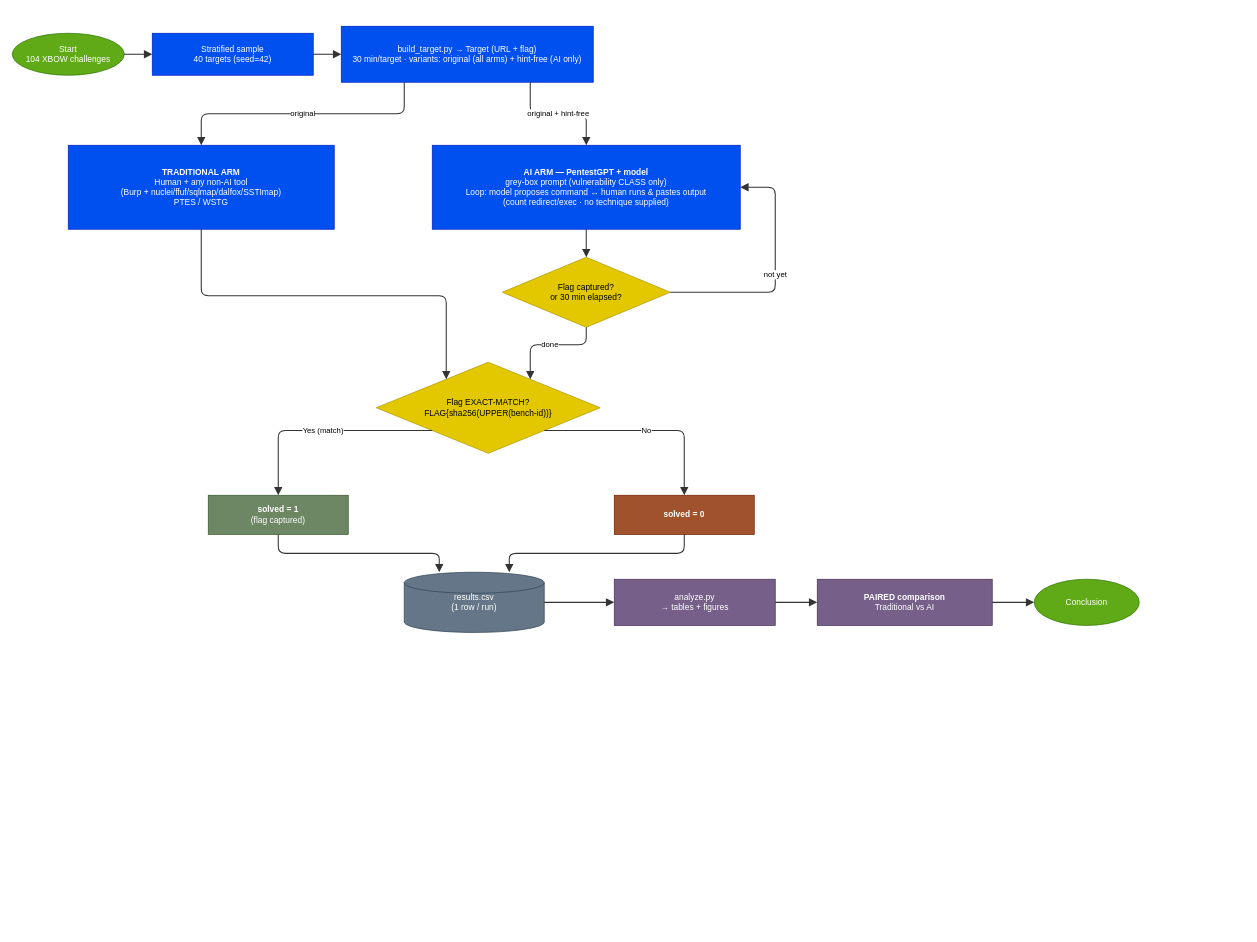
Before: docs/workflow.drawio in VuNguyenBinh/KLTN-FA26, a draw.io diagram. Source tidied: cells renumbered, new cells numbered last; positions are measured from the earlier drawing's top-left corner, leaving out a move shared by most shapes. Both pictures are drawn from the tidied source at 70%, with x=0, y=0 at pixel (12, 26).
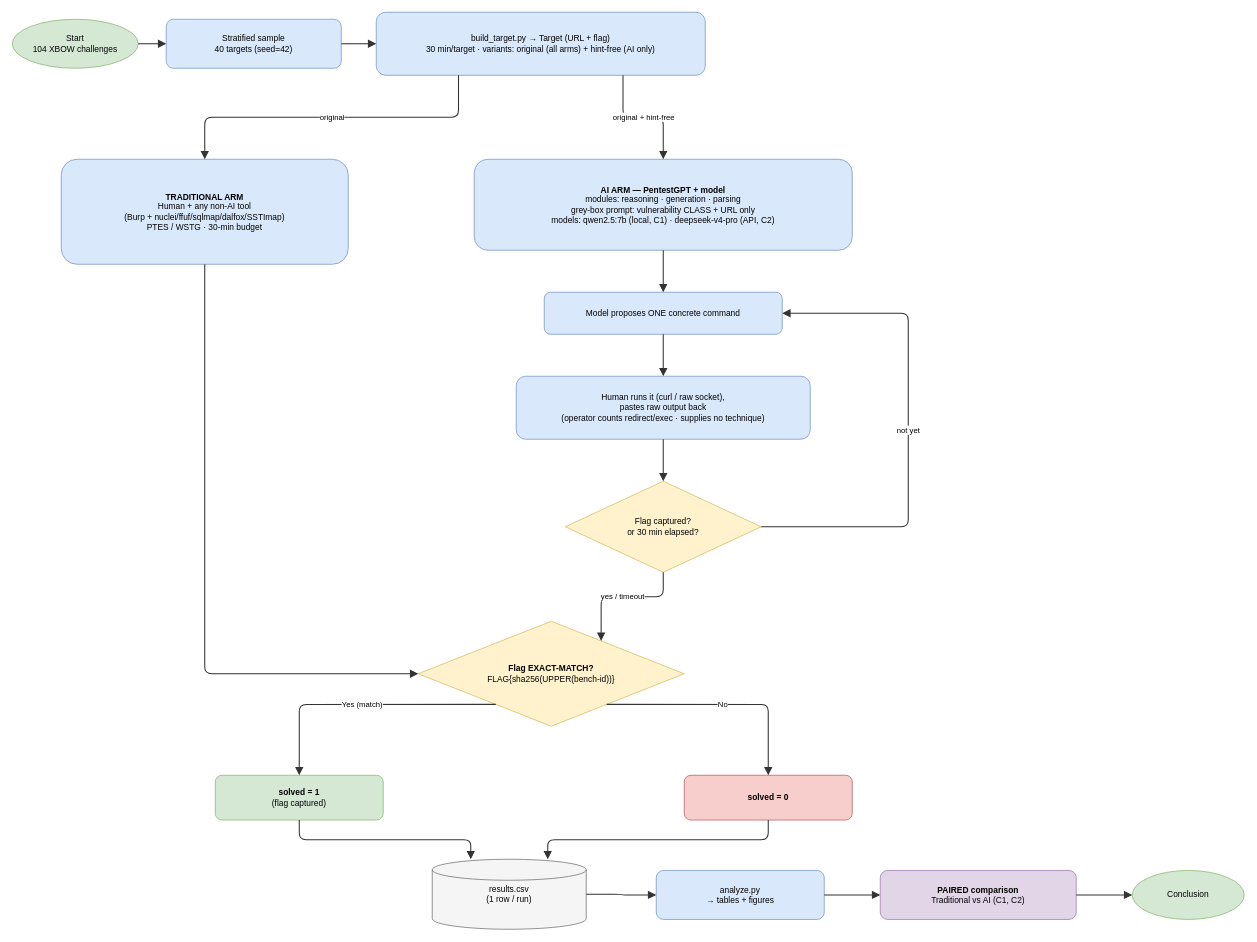
The same diagram, later.

Commit message (it also covers changes not shown here):
docs: finalize English workflow diagram (detailed AI loop, no B)

Change to the diagram source:
```diff
@@
-    <mxCell id="2" value="Start&#10;104 XBOW challenges" style="ellipse;whiteSpace=wrap;html=1;convertToSvg=1;fillColor=#60a917;strokeColor=#2D7600;fontColor=#ffffff;" parent="1" vertex="1">
-      <mxGeometry y="10" width="160" height="60" as="geometry" />
+    <mxCell id="2" value="Start&#10;104 XBOW challenges" style="ellipse;whiteSpace=wrap;html=1;fillColor=#d5e8d4;strokeColor=#82b366;" parent="1" vertex="1">
+      <mxGeometry y="-10" width="180" height="70" as="geometry" />
     </mxCell>
-    <mxCell id="3" value="Stratified sample&#10;40 targets (seed=42)" style="rounded=0;whiteSpace=wrap;html=1;convertToSvg=1;fillColor=#0050ef;strokeColor=#001DBC;fontColor=#ffffff;" parent="1" vertex="1">
-      <mxGeometry x="200" y="10" width="230" height="60" as="geometry" />
+    <mxCell id="3" value="Stratified sample&#10;40 targets (seed=42)" style="rounded=1;whiteSpace=wrap;html=1;fillColor=#dae8fc;strokeColor=#6c8ebf;" parent="1" vertex="1">
+      <mxGeometry x="220" y="-10" width="250" height="70" as="geometry" />
     </mxCell>
-    <mxCell id="4" value="build_target.py → Target (URL + flag)&#10;30 min/target · variants: original (all arms) + hint-free (AI only)" style="rounded=0;whiteSpace=wrap;html=1;convertToSvg=1;fillColor=#0050ef;strokeColor=#001DBC;fontColor=#ffffff;" parent="1" vertex="1">
-      <mxGeometry x="470" width="360" height="80" as="geometry" />
+    <mxCell id="4" value="build_target.py → Target (URL + flag)&#10;30 min/target · variants: original (all arms) + hint-free (AI only)" style="rounded=1;whiteSpace=wrap;html=1;fillColor=#dae8fc;strokeColor=#6c8ebf;" parent="1" vertex="1">
+      <mxGeometry x="520" y="-20" width="470" height="90" as="geometry" />
     </mxCell>
-    <mxCell id="5" value="&lt;b&gt;TRADITIONAL ARM&lt;/b&gt;&#10;Human + any non-AI tool&#10;(Burp + nuclei/ffuf/sqlmap/dalfox/SSTImap)&#10;PTES / WSTG" style="rounded=0;whiteSpace=wrap;html=1;convertToSvg=1;fillColor=#0050ef;strokeColor=#001DBC;fontColor=#ffffff;" parent="1" vertex="1">
-      <mxGeometry x="80" y="170" width="380" height="120" as="geometry" />
+    <mxCell id="5" value="&lt;b&gt;TRADITIONAL ARM&lt;/b&gt;&#10;Human + any non-AI tool&#10;(Burp + nuclei/ffuf/sqlmap/dalfox/SSTImap)&#10;PTES / WSTG · 30-min budget" style="rounded=1;whiteSpace=wrap;html=1;fillColor=#dae8fc;strokeColor=#6c8ebf;" parent="1" vertex="1">
+      <mxGeometry x="70" y="190" width="410" height="150" as="geometry" />
     </mxCell>
-    <mxCell id="6" value="&lt;b&gt;AI ARM — PentestGPT + model&lt;/b&gt;&#10;grey-box prompt (vulnerability CLASS only)&#10;Loop: model proposes command ↔ human runs &amp; pastes output&#10;(count redirect/exec · no technique supplied)" style="rounded=0;whiteSpace=wrap;html=1;convertToSvg=1;fillColor=#0050ef;strokeColor=#001DBC;fontColor=#ffffff;" parent="1" vertex="1">
-      <mxGeometry x="600" y="170" width="440" height="120" as="geometry" />
-    </mxCell>
+    <mxCell id="30" value="&lt;b&gt;AI ARM — PentestGPT + model&lt;/b&gt;&#10;modules: reasoning · generation · parsing&#10;grey-box prompt: vulnerability CLASS + URL only&#10;models: qwen2.5:7b (local, C1) · deepseek-v4-pro (API, C2)" style="rounded=1;whiteSpace=wrap;html=1;fillColor=#dae8fc;strokeColor=#6c8ebf;" parent="1" vertex="1">
+      <mxGeometry x="660" y="190" width="540" height="130" as="geometry" />
+    </mxCell>
+    <mxCell id="31" value="Model proposes ONE concrete command" style="rounded=1;whiteSpace=wrap;html=1;fillColor=#dae8fc;strokeColor=#6c8ebf;" parent="1" vertex="1">
+      <mxGeometry x="760" y="380" width="340" height="60" as="geometry" />
+    </mxCell>
+    <mxCell id="32" value="Human runs it (curl / raw socket),&#10;pastes raw output back&#10;(operator counts redirect/exec · supplies no technique)" style="rounded=1;whiteSpace=wrap;html=1;fillColor=#dae8fc;strokeColor=#6c8ebf;" parent="1" vertex="1">
+      <mxGeometry x="720" y="500" width="420" height="90" as="geometry" />
+    </mxCell>
-    <mxCell id="7" value="Flag captured?&#10;or 30 min elapsed?" style="rhombus;whiteSpace=wrap;html=1;convertToSvg=1;fillColor=#e3c800;strokeColor=#B09500;fontColor=#000000;" parent="1" vertex="1">
-      <mxGeometry x="700" y="330" width="240" height="100" as="geometry" />
+    <mxCell id="7" value="Flag captured?&#10;or 30 min elapsed?" style="rhombus;whiteSpace=wrap;html=1;fillColor=#fff2cc;strokeColor=#d6b656;" parent="1" vertex="1">
+      <mxGeometry x="790" y="650" width="280" height="130" as="geometry" />
     </mxCell>
-    <mxCell id="8" value="Flag EXACT-MATCH?&#10;FLAG{sha256(UPPER(bench-id))}" style="rhombus;whiteSpace=wrap;html=1;convertToSvg=1;fillColor=#e3c800;strokeColor=#B09500;fontColor=#000000;" parent="1" vertex="1">
-      <mxGeometry x="520" y="480" width="320" height="130" as="geometry" />
+    <mxCell id="8" value="&lt;b&gt;Flag EXACT-MATCH?&lt;/b&gt;&#10;FLAG{sha256(UPPER(bench-id))}" style="rhombus;whiteSpace=wrap;html=1;fillColor=#fff2cc;strokeColor=#d6b656;" parent="1" vertex="1">
+      <mxGeometry x="580" y="850" width="380" height="150" as="geometry" />
     </mxCell>
-    <mxCell id="9" value="&lt;b&gt;solved = 1&lt;/b&gt;&#10;(flag captured)" style="rounded=0;whiteSpace=wrap;html=1;convertToSvg=1;fillColor=#6d8764;strokeColor=#3A5431;fontColor=#ffffff;" parent="1" vertex="1">
-      <mxGeometry x="280" y="670" width="200" height="56" as="geometry" />
+    <mxCell id="9" value="&lt;b&gt;solved = 1&lt;/b&gt;&#10;(flag captured)" style="rounded=1;whiteSpace=wrap;html=1;fillColor=#d5e8d4;strokeColor=#82b366;" parent="1" vertex="1">
+      <mxGeometry x="290" y="1070" width="240" height="64" as="geometry" />
     </mxCell>
-    <mxCell id="10" value="&lt;b&gt;solved = 0&lt;/b&gt;" style="rounded=0;whiteSpace=wrap;html=1;convertToSvg=1;fillColor=#a0522d;strokeColor=#6D1F00;fontColor=#ffffff;" parent="1" vertex="1">
-      <mxGeometry x="860" y="670" width="200" height="56" as="geometry" />
+    <mxCell id="10" value="&lt;b&gt;solved = 0&lt;/b&gt;" style="rounded=1;whiteSpace=wrap;html=1;fillColor=#f8cecc;strokeColor=#b85450;" parent="1" vertex="1">
+      <mxGeometry x="960" y="1070" width="240" height="64" as="geometry" />
     </mxCell>
-    <mxCell id="11" value="results.csv&#10;(1 row / run)" style="shape=cylinder3;whiteSpace=wrap;html=1;convertToSvg=1;fillColor=#647687;strokeColor=#314354;fontColor=#ffffff;" parent="1" vertex="1">
-      <mxGeometry x="560" y="780" width="200" height="86" as="geometry" />
+    <mxCell id="11" value="results.csv&#10;(1 row / run)" style="shape=cylinder3;whiteSpace=wrap;html=1;fillColor=#f5f5f5;strokeColor=#666666;" parent="1" vertex="1">
+      <mxGeometry x="600" y="1190" width="220" height="100" as="geometry" />
     </mxCell>
-    <mxCell id="12" value="analyze.py&#10;→ tables + figures" style="rounded=0;whiteSpace=wrap;html=1;convertToSvg=1;fillColor=#76608a;strokeColor=#432D57;fontColor=#ffffff;" parent="1" vertex="1">
-      <mxGeometry x="860" y="790" width="230" height="66" as="geometry" />
+    <mxCell id="12" value="analyze.py&#10;→ tables + figures" style="rounded=1;whiteSpace=wrap;html=1;fillColor=#dae8fc;strokeColor=#6c8ebf;" parent="1" vertex="1">
+      <mxGeometry x="920" y="1206" width="240" height="70" as="geometry" />
     </mxCell>
-    <mxCell id="13" value="&lt;b&gt;PAIRED comparison&lt;/b&gt;&#10;Traditional vs AI" style="rounded=0;whiteSpace=wrap;html=1;convertToSvg=1;fillColor=#76608a;strokeColor=#432D57;fontColor=#ffffff;" parent="1" vertex="1">
-      <mxGeometry x="1150" y="790" width="250" height="66" as="geometry" />
+    <mxCell id="13" value="&lt;b&gt;PAIRED comparison&lt;/b&gt;&#10;Traditional vs AI (C1, C2)" style="rounded=1;whiteSpace=wrap;html=1;fillColor=#e1d5e7;strokeColor=#9673a6;" parent="1" vertex="1">
+      <mxGeometry x="1240" y="1206" width="280" height="70" as="geometry" />
     </mxCell>
-    <mxCell id="14" value="Conclusion" style="ellipse;whiteSpace=wrap;html=1;convertToSvg=1;fillColor=#60a917;strokeColor=#2D7600;fontColor=#ffffff;" parent="1" vertex="1">
-      <mxGeometry x="1460" y="790" width="150" height="66" as="geometry" />
+    <mxCell id="14" value="Conclusion" style="ellipse;whiteSpace=wrap;html=1;fillColor=#d5e8d4;strokeColor=#82b366;" parent="1" vertex="1">
+      <mxGeometry x="1600" y="1206" width="160" height="70" as="geometry" />
     </mxCell>
-    <mxCell id="15" style="edgeStyle=orthogonalEdgeStyle;rounded=1;jettySize=auto;html=1;endArrow=block;endSize=8;strokeColor=#333333;strokeWidth=1.5;fontColor=#000000;labelBackgroundColor=#ffffff;exitX=1;exitY=0.5;exitDx=0;exitDy=0;entryX=0;entryY=0.5;entryDx=0;entryDy=0;" parent="1" edge="1" source="2" target="3">
+    <mxCell id="15" style="edgeStyle=orthogonalEdgeStyle;rounded=1;html=1;endArrow=block;endSize=8;strokeColor=#333333;strokeWidth=1.5;fontColor=#000000;labelBackgroundColor=#ffffff;exitX=1;exitY=0.5;entryX=0;entryY=0.5;" parent="1" edge="1" source="2" target="3">
       <mxGeometry relative="1" as="geometry" />
     </mxCell>
-    <mxCell id="16" style="edgeStyle=orthogonalEdgeStyle;rounded=1;jettySize=auto;html=1;endArrow=block;endSize=8;strokeColor=#333333;strokeWidth=1.5;fontColor=#000000;labelBackgroundColor=#ffffff;exitX=1;exitY=0.5;exitDx=0;exitDy=0;entryX=0;entryY=0.5;entryDx=0;entryDy=0;" parent="1" edge="1" source="3" target="4">
+    <mxCell id="16" style="edgeStyle=orthogonalEdgeStyle;rounded=1;html=1;endArrow=block;endSize=8;strokeColor=#333333;strokeWidth=1.5;fontColor=#000000;labelBackgroundColor=#ffffff;exitX=1;exitY=0.5;entryX=0;entryY=0.5;" parent="1" edge="1" source="3" target="4">
       <mxGeometry relative="1" as="geometry" />
     </mxCell>
-    <mxCell id="17" value="original" style="edgeStyle=orthogonalEdgeStyle;rounded=1;jettySize=auto;html=1;endArrow=block;endSize=8;strokeColor=#333333;strokeWidth=1.5;fontColor=#000000;labelBackgroundColor=#ffffff;exitX=0.25;exitY=1;exitDx=0;exitDy=0;entryX=0.5;entryY=0;entryDx=0;entryDy=0;" parent="1" edge="1" source="4" target="5">
+    <mxCell id="17" value="original" style="edgeStyle=orthogonalEdgeStyle;rounded=1;html=1;endArrow=block;endSize=8;strokeColor=#333333;strokeWidth=1.5;fontColor=#000000;labelBackgroundColor=#ffffff;exitX=0.25;exitY=1;entryX=0.5;entryY=0;" parent="1" edge="1" source="4" target="5">
       <mxGeometry relative="1" as="geometry" />
     </mxCell>
-    <mxCell id="18" value="original + hint-free" style="edgeStyle=orthogonalEdgeStyle;rounded=1;jettySize=auto;html=1;endArrow=block;endSize=8;strokeColor=#333333;strokeWidth=1.5;fontColor=#000000;labelBackgroundColor=#ffffff;exitX=0.75;exitY=1;exitDx=0;exitDy=0;entryX=0.5;entryY=0;entryDx=0;entryDy=0;" parent="1" edge="1" source="4" target="6">
+    <mxCell id="18" value="original + hint-free" style="edgeStyle=orthogonalEdgeStyle;rounded=1;html=1;endArrow=block;endSize=8;strokeColor=#333333;strokeWidth=1.5;fontColor=#000000;labelBackgroundColor=#ffffff;exitX=0.75;exitY=1;entryX=0.5;entryY=0;" parent="1" edge="1" source="4" target="30">
       <mxGeometry relative="1" as="geometry" />
     </mxCell>
-    <mxCell id="19" style="edgeStyle=orthogonalEdgeStyle;rounded=1;jettySize=auto;html=1;endArrow=block;endSize=8;strokeColor=#333333;strokeWidth=1.5;fontColor=#000000;labelBackgroundColor=#ffffff;exitX=0.5;exitY=1;exitDx=0;exitDy=0;entryX=0.2;entryY=0;entryDx=0;entryDy=0;" parent="1" edge="1" source="5" target="8">
-      <mxGeometry relative="1" as="geometry" />
-    </mxCell>
-    <mxCell id="20" style="edgeStyle=orthogonalEdgeStyle;rounded=1;jettySize=auto;html=1;endArrow=block;endSize=8;strokeColor=#333333;strokeWidth=1.5;fontColor=#000000;labelBackgroundColor=#ffffff;exitX=0.5;exitY=1;exitDx=0;exitDy=0;entryX=0.5;entryY=0;entryDx=0;entryDy=0;" parent="1" edge="1" source="6" target="7">
-      <mxGeometry relative="1" as="geometry" />
-    </mxCell>
+    <mxCell id="33" style="edgeStyle=orthogonalEdgeStyle;rounded=1;html=1;endArrow=block;endSize=8;strokeColor=#333333;strokeWidth=1.5;fontColor=#000000;labelBackgroundColor=#ffffff;exitX=0.5;exitY=1;entryX=0.5;entryY=0;" parent="1" edge="1" source="30" target="31">
+      <mxGeometry relative="1" as="geometry" />
+    </mxCell>
+    <mxCell id="34" style="edgeStyle=orthogonalEdgeStyle;rounded=1;html=1;endArrow=block;endSize=8;strokeColor=#333333;strokeWidth=1.5;fontColor=#000000;labelBackgroundColor=#ffffff;exitX=0.5;exitY=1;entryX=0.5;entryY=0;" parent="1" edge="1" source="31" target="32">
+      <mxGeometry relative="1" as="geometry" />
+    </mxCell>
+    <mxCell id="35" style="edgeStyle=orthogonalEdgeStyle;rounded=1;html=1;endArrow=block;endSize=8;strokeColor=#333333;strokeWidth=1.5;fontColor=#000000;labelBackgroundColor=#ffffff;exitX=0.5;exitY=1;entryX=0.5;entryY=0;" parent="1" edge="1" source="32" target="7">
+      <mxGeometry relative="1" as="geometry" />
+    </mxCell>
-    <mxCell id="21" value="not yet" style="edgeStyle=orthogonalEdgeStyle;rounded=1;jettySize=auto;html=1;endArrow=block;endSize=8;strokeColor=#333333;strokeWidth=1.5;fontColor=#000000;labelBackgroundColor=#ffffff;exitX=1;exitY=0.5;exitDx=0;exitDy=0;entryX=1;entryY=0.5;entryDx=0;entryDy=0;" parent="1" edge="1" source="7" target="6">
+    <mxCell id="21" value="not yet" style="edgeStyle=orthogonalEdgeStyle;rounded=1;html=1;endArrow=block;endSize=8;strokeColor=#333333;strokeWidth=1.5;fontColor=#000000;labelBackgroundColor=#ffffff;exitX=1;exitY=0.5;entryX=1;entryY=0.5;" parent="1" edge="1" source="7" target="31">
       <mxGeometry relative="1" as="geometry">
         <Array as="points">
-          <mxPoint x="1090" y="380" />
-          <mxPoint x="1090" y="230" />
+          <mxPoint x="1280" y="715" />
+          <mxPoint x="1280" y="410" />
         </Array>
       </mxGeometry>
     </mxCell>
-    <mxCell id="22" value="done" style="edgeStyle=orthogonalEdgeStyle;rounded=1;jettySize=auto;html=1;endArrow=block;endSize=8;strokeColor=#333333;strokeWidth=1.5;fontColor=#000000;labelBackgroundColor=#ffffff;exitX=0.5;exitY=1;exitDx=0;exitDy=0;entryX=0.8;entryY=0;entryDx=0;entryDy=0;" parent="1" edge="1" source="7" target="8">
+    <mxCell id="22" value="yes / timeout" style="edgeStyle=orthogonalEdgeStyle;rounded=1;html=1;endArrow=block;endSize=8;strokeColor=#333333;strokeWidth=1.5;fontColor=#000000;labelBackgroundColor=#ffffff;exitX=0.5;exitY=1;entryX=0.8;entryY=0;" parent="1" edge="1" source="7" target="8">
       <mxGeometry relative="1" as="geometry" />
     </mxCell>
+    <mxCell id="19" style="edgeStyle=orthogonalEdgeStyle;rounded=1;html=1;endArrow=block;endSize=8;strokeColor=#333333;strokeWidth=1.5;fontColor=#000000;labelBackgroundColor=#ffffff;exitX=0.5;exitY=1;entryX=0;entryY=0.5;" parent="1" edge="1" source="5" target="8">
+      <mxGeometry relative="1" as="geometry" />
+    </mxCell>
-    <mxCell id="23" value="Yes (match)" style="edgeStyle=orthogonalEdgeStyle;rounded=1;jettySize=auto;html=1;endArrow=block;endSize=8;strokeColor=#333333;strokeWidth=1.5;fontColor=#000000;labelBackgroundColor=#ffffff;exitX=0.25;exitY=0.75;exitDx=0;exitDy=0;entryX=0.5;entryY=0;entryDx=0;entryDy=0;" parent="1" edge="1" source="8" target="9">
+    <mxCell id="23" value="Yes (match)" style="edgeStyle=orthogonalEdgeStyle;rounded=1;html=1;endArrow=block;endSize=8;strokeColor=#333333;strokeWidth=1.5;fontColor=#000000;labelBackgroundColor=#ffffff;exitX=0.25;exitY=0.85;entryX=0.5;entryY=0;" parent="1" edge="1" source="8" target="9">
       <mxGeometry relative="1" as="geometry" />
     </mxCell>
-    <mxCell id="24" value="No" style="edgeStyle=orthogonalEdgeStyle;rounded=1;jettySize=auto;html=1;endArrow=block;endSize=8;strokeColor=#333333;strokeWidth=1.5;fontColor=#000000;labelBackgroundColor=#ffffff;exitX=0.75;exitY=0.75;exitDx=0;exitDy=0;entryX=0.5;entryY=0;entryDx=0;entryDy=0;" parent="1" edge="1" source="8" target="10">
-      <mxGeometry relative="1" as="geometry" />
+    <mxCell id="24" value="No" style="edgeStyle=orthogonalEdgeStyle;rounded=1;html=1;endArrow=block;endSize=8;strokeColor=#333333;strokeWidth=1.5;fontColor=#000000;labelBackgroundColor=#ffffff;exitX=0.75;exitY=0.85;entryX=0.5;entryY=0;" parent="1" edge="1" source="8" target="10">
+      <mxGeometry relative="1" as="geometry">
+        <Array as="points">
+          <mxPoint x="1080" y="968.8" />
+        </Array>
+      </mxGeometry>
     </mxCell>
-    <mxCell id="25" style="edgeStyle=orthogonalEdgeStyle;rounded=1;jettySize=auto;html=1;endArrow=block;endSize=8;strokeColor=#333333;strokeWidth=1.5;fontColor=#000000;labelBackgroundColor=#ffffff;exitX=0.5;exitY=1;exitDx=0;exitDy=0;entryX=0.25;entryY=0;entryDx=0;entryDy=0;" parent="1" edge="1" source="9" target="11">
+    <mxCell id="25" style="edgeStyle=orthogonalEdgeStyle;rounded=1;html=1;endArrow=block;endSize=8;strokeColor=#333333;strokeWidth=1.5;fontColor=#000000;labelBackgroundColor=#ffffff;exitX=0.5;exitY=1;entryX=0.25;entryY=0;" parent="1" edge="1" source="9" target="11">
       <mxGeometry relative="1" as="geometry" />
     </mxCell>
-    <mxCell id="26" style="edgeStyle=orthogonalEdgeStyle;rounded=1;jettySize=auto;html=1;endArrow=block;endSize=8;strokeColor=#333333;strokeWidth=1.5;fontColor=#000000;labelBackgroundColor=#ffffff;exitX=0.5;exitY=1;exitDx=0;exitDy=0;entryX=0.75;entryY=0;entryDx=0;entryDy=0;" parent="1" edge="1" source="10" target="11">
+    <mxCell id="26" style="edgeStyle=orthogonalEdgeStyle;rounded=1;html=1;endArrow=block;endSize=8;strokeColor=#333333;strokeWidth=1.5;fontColor=#000000;labelBackgroundColor=#ffffff;exitX=0.5;exitY=1;entryX=0.75;entryY=0;" parent="1" edge="1" source="10" target="11">
       <mxGeometry relative="1" as="geometry" />
     </mxCell>
-    <mxCell id="27" style="edgeStyle=orthogonalEdgeStyle;rounded=1;jettySize=auto;html=1;endArrow=block;endSize=8;strokeColor=#333333;strokeWidth=1.5;fontColor=#000000;labelBackgroundColor=#ffffff;exitX=1;exitY=0.5;exitDx=0;exitDy=0;entryX=0;entryY=0.5;entryDx=0;entryDy=0;" parent="1" edge="1" source="11" target="12">
+    <mxCell id="27" style="edgeStyle=orthogonalEdgeStyle;rounded=1;html=1;endArrow=block;endSize=8;strokeColor=#333333;strokeWidth=1.5;fontColor=#000000;labelBackgroundColor=#ffffff;exitX=1;exitY=0.5;entryX=0;entryY=0.5;" parent="1" edge="1" source="11" target="12">
       <mxGeometry relative="1" as="geometry" />
     </mxCell>
-    <mxCell id="28" style="edgeStyle=orthogonalEdgeStyle;rounded=1;jettySize=auto;html=1;endArrow=block;endSize=8;strokeColor=#333333;strokeWidth=1.5;fontColor=#000000;labelBackgroundColor=#ffffff;exitX=1;exitY=0.5;exitDx=0;exitDy=0;entryX=0;entryY=0.5;entryDx=0;entryDy=0;" parent="1" edge="1" source="12" target="13">
+    <mxCell id="28" style="edgeStyle=orthogonalEdgeStyle;rounded=1;html=1;endArrow=block;endSize=8;strokeColor=#333333;strokeWidth=1.5;fontColor=#000000;labelBackgroundColor=#ffffff;exitX=1;exitY=0.5;entryX=0;entryY=0.5;" parent="1" edge="1" source="12" target="13">
       <mxGeometry relative="1" as="geometry" />
     </mxCell>
-    <mxCell id="29" style="edgeStyle=orthogonalEdgeStyle;rounded=1;jettySize=auto;html=1;endArrow=block;endSize=8;strokeColor=#333333;strokeWidth=1.5;fontColor=#000000;labelBackgroundColor=#ffffff;exitX=1;exitY=0.5;exitDx=0;exitDy=0;entryX=0;entryY=0.5;entryDx=0;entryDy=0;" parent="1" edge="1" source="13" target="14">
+    <mxCell id="29" style="edgeStyle=orthogonalEdgeStyle;rounded=1;html=1;endArrow=block;endSize=8;strokeColor=#333333;strokeWidth=1.5;fontColor=#000000;labelBackgroundColor=#ffffff;exitX=1;exitY=0.5;entryX=0;entryY=0.5;" parent="1" edge="1" source="13" target="14">
       <mxGeometry relative="1" as="geometry" />
     </mxCell>
```
